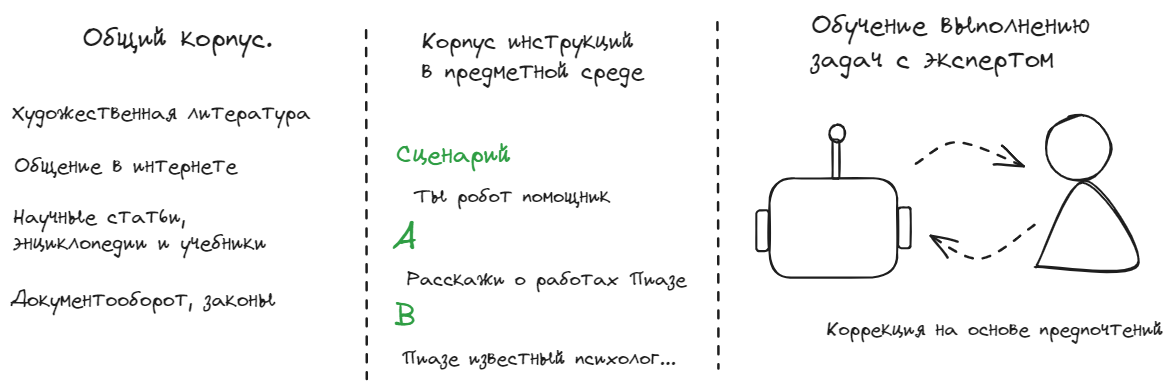
NMashalov/EducationGenerativeModelApplication keeps this Excalidraw diagram as diplom/assets/work/arch/learning.excalidraw.png. Above is the earlier version. Source tidied: one line per element, renumbered; positions are measured from the earlier drawing's top-left corner, leaving out a move shared by most shapes.
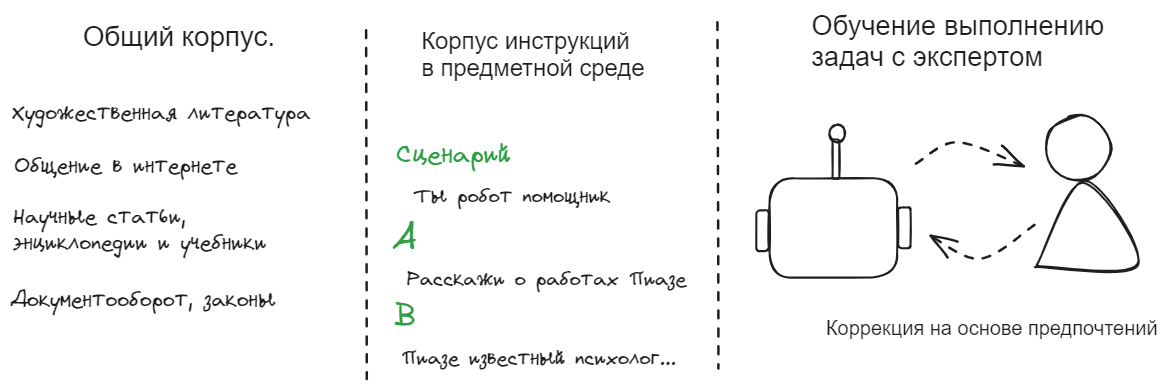
Later version of the same file.

The edit, as a diff of the source:
```diff
@@ -7,8 +7,8 @@
 {"id": 6, "type": "ellipse", "strokeColor": "#1e1e1e", "strokeWidth": 2, "roughness": 1, "round": true, "x": 820, "y": 115, "width": 16, "height": 18}
 {"id": 7, "type": "line", "strokeColor": "#1e1e1e", "strokeWidth": 2, "strokeStyle": "dashed", "roughness": 1, "round": true, "x": 707, "y": 12, "width": 0, "height": 347, "points": [[0, 0], [0, 347]]}
 {"id": 8, "type": "line", "strokeColor": "#1e1e1e", "strokeWidth": 2, "strokeStyle": "dashed", "roughness": 1, "round": true, "x": 356, "y": 21, "width": 0, "height": 347, "points": [[0, 0], [0, 347]]}
-{"id": 9, "type": "text", "text": "Корпус инструкций\nв предметной среде", "strokeColor": "#1e1e1e", "strokeWidth": 2, "strokeStyle": "dashed", "roughness": 1, "fontSize": 23.84, "fontFamily": 1, "x": 411, "y": 17, "width": 223, "height": 60}
+{"id": 9, "type": "text", "text": "Корпус инструкций\nв предметной среде", "strokeColor": "#1e1e1e", "strokeWidth": 2, "strokeStyle": "dashed", "roughness": 1, "fontSize": 23.84, "fontFamily": 2, "x": 411, "y": 17, "width": 223, "height": 55}
-{"id": 10, "type": "text", "text": "Обучение выполнению\nзадач с экспертом", "strokeColor": "#1e1e1e", "strokeWidth": 2, "strokeStyle": "dashed", "roughness": 1, "fontSize": 27.3, "fontFamily": 1, "x": 801, "y": 0, "width": 279, "height": 68}
+{"id": 10, "type": "text", "text": "Обучение выполнению\nзадач с экспертом", "strokeColor": "#1e1e1e", "strokeWidth": 2, "strokeStyle": "dashed", "roughness": 1, "fontSize": 27.3, "fontFamily": 2, "x": 801, "y": 0, "width": 293, "height": 63}
 {"id": 11, "type": "arrow", "strokeColor": "#1e1e1e", "strokeWidth": 2, "strokeStyle": "dashed", "roughness": 1, "endArrowhead": "arrow", "round": true, "from": 2, "x": 906, "y": 153, "width": 108, "height": 22, "points": [[0, 0], [42, -20], [108, 2]]}
 {"id": 12, "type": "arrow", "strokeColor": "#1e1e1e", "strokeWidth": 2, "strokeStyle": "dashed", "roughness": 1, "endArrowhead": "arrow", "round": true, "x": 1025, "y": 214, "width": 104, "height": 35, "points": [[0, 0], [-54, 35], [-104, 11]]}
 {"id": 13, "type": "text", "text": "A", "strokeColor": "#2f9e44", "strokeWidth": 2, "roughness": 1, "fontSize": 36.75, "fontFamily": 1, "x": 382, "y": 205, "width": 24, "height": 46}
@@ -17,9 +17,9 @@
 {"id": 16, "type": "text", "text": "Сценарий", "strokeColor": "#2f9e44", "strokeWidth": 2, "roughness": 1, "fontSize": 25.78, "fontFamily": 1, "x": 386, "y": 130, "width": 115, "height": 32}
 {"id": 17, "type": "text", "text": "Расскажи о работах Пиазе", "strokeColor": "#1e1e1e", "strokeWidth": 2, "roughness": 1, "fontSize": 20, "fontFamily": 1, "x": 397, "y": 257, "width": 280, "height": 25}
 {"id": 18, "type": "text", "text": "Пиазе известный психолог...", "strokeColor": "#1e1e1e", "strokeWidth": 2, "roughness": 1, "fontSize": 20, "fontFamily": 1, "x": 391, "y": 336, "width": 275, "height": 25}
-{"id": 19, "type": "text", "text": "Общий корпус.\n", "strokeColor": "#1e1e1e", "strokeWidth": 2, "strokeStyle": "dashed", "roughness": 1, "fontSize": 27.71, "fontFamily": 1, "x": 73, "y": 11, "width": 190, "height": 69}
+{"id": 19, "type": "text", "text": "Общий корпус.\n", "strokeColor": "#1e1e1e", "strokeWidth": 2, "strokeStyle": "dashed", "roughness": 1, "fontSize": 27.71, "fontFamily": 2, "x": 73, "y": 11, "width": 192, "height": 64}
 {"id": 20, "type": "text", "text": "Художественная литература", "strokeColor": "#1e1e1e", "strokeWidth": 2, "roughness": 1, "fontSize": 21.28, "fontFamily": 1, "x": 2, "y": 91, "width": 298, "height": 27}
 {"id": 21, "type": "text", "text": "Общение в интернете", "strokeColor": "#1e1e1e", "strokeWidth": 2, "roughness": 1, "fontSize": 21.28, "fontFamily": 1, "x": 4, "y": 144, "width": 223, "height": 27}
 {"id": 22, "type": "text", "text": "Научные статьи,\nэнциклопедии и учебники", "strokeColor": "#1e1e1e", "strokeWidth": 2, "roughness": 1, "fontSize": 21.28, "fontFamily": 1, "x": 3, "y": 194, "width": 254, "height": 53}
 {"id": 23, "type": "text", "text": "Документооборот, законы", "strokeColor": "#1e1e1e", "strokeWidth": 2, "roughness": 1, "fontSize": 21.28, "fontFamily": 1, "x": 0, "y": 278, "width": 265, "height": 27}
-{"id": 24, "type": "text", "text": "Коррекция на основе предпочтений", "strokeColor": "#1e1e1e", "strokeWidth": 2, "roughness": 1, "fontSize": 20, "fontFamily": 1, "x": 816, "y": 307, "width": 337, "height": 25}
+{"id": 24, "type": "text", "text": "Коррекция на основе предпочтений", "strokeColor": "#1e1e1e", "strokeWidth": 2, "roughness": 1, "fontSize": 20, "fontFamily": 2, "x": 816, "y": 307, "width": 332, "height": 23}
```
